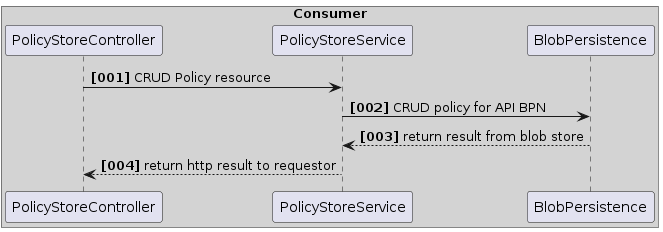
Above: docs/assets/arc42/arc42_011.png in catenax-ng/tx-item-relationship-service (PlantUML), before the change.
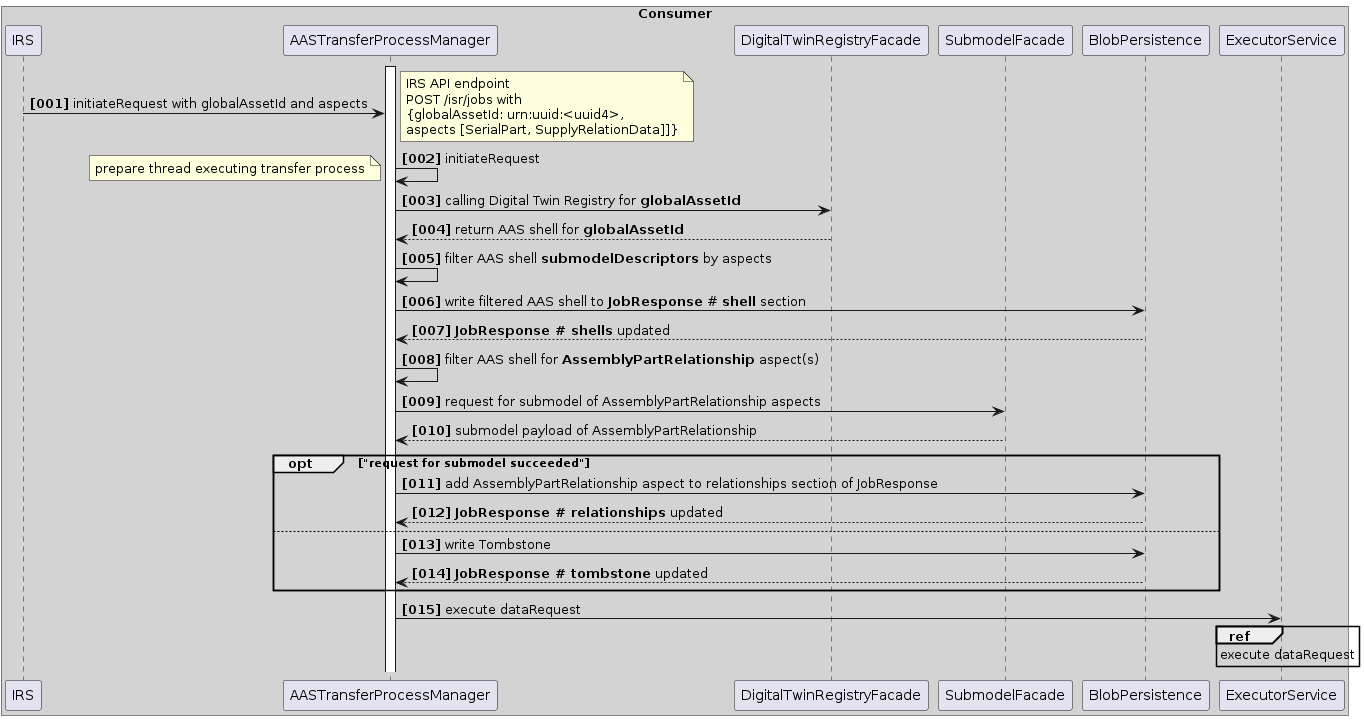
Later version of the same file.

Change to the diagram source:
```diff
@@ -3,14 +3,48 @@
 
 autonumber "<b>[000]"
 box "Consumer" #LightGrey
-participant PolicyStoreController
-participant PolicyStoreService
+participant IRS
+participant AASTransferProcessManager
+activate AASTransferProcessManager
+participant DigitalTwinRegistryFacade
+participant SubmodelFacade
 participant BlobPersistence
+participant ExecutorService
 
 
-PolicyStoreController -> PolicyStoreService: CRUD Policy resource
-PolicyStoreService -> BlobPersistence : CRUD policy for API BPN
-PolicyStoreService <-- BlobPersistence : return result from blob store
-PolicyStoreController <-- PolicyStoreService : return http result to requestor
+IRS -> AASTransferProcessManager: initiateRequest with globalAssetId and aspects
+note right
+    IRS API endpoint
+    POST /isr/jobs with
+    {globalAssetId: urn:uuid:<uuid4>,
+    aspects [SerialPart, SupplyRelationData]]}
+end note
+AASTransferProcessManager -> AASTransferProcessManager : initiateRequest
+note left
+    prepare thread executing transfer process
+end note
+AASTransferProcessManager -> DigitalTwinRegistryFacade : calling Digital Twin Registry for **globalAssetId**
+AASTransferProcessManager <-- DigitalTwinRegistryFacade : return AAS shell for **globalAssetId**
+AASTransferProcessManager -> AASTransferProcessManager : filter AAS shell **submodelDescriptors** by aspects
+AASTransferProcessManager -> BlobPersistence : write filtered AAS shell to **JobResponse** # **shell** section
+AASTransferProcessManager <-- BlobPersistence : **JobResponse # shells** updated
+AASTransferProcessManager -> AASTransferProcessManager : filter AAS shell for **AssemblyPartRelationship** aspect(s)
+AASTransferProcessManager -> SubmodelFacade: request for submodel of AssemblyPartRelationship aspects
+AASTransferProcessManager <-- SubmodelFacade: submodel payload of AssemblyPartRelationship
+opt "request for submodel succeeded"
+AASTransferProcessManager -> BlobPersistence : add AssemblyPartRelationship aspect to relationships section of JobResponse
+AASTransferProcessManager <-- BlobPersistence : **JobResponse # relationships** updated
+else
+AASTransferProcessManager -> BlobPersistence : write Tombstone
+AASTransferProcessManager <-- BlobPersistence : **JobResponse # tombstone** updated
+end
+
+
+AASTransferProcessManager -> ExecutorService: execute dataRequest
+ref over ExecutorService
+    execute dataRequest
+end
+
+
 
 @enduml
```
